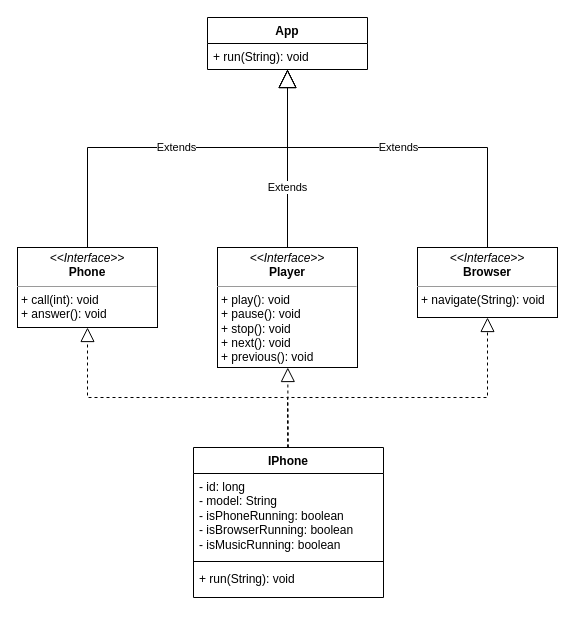
Above: uml/src/Diagrama sem cu.drawio in layinl/iphone-oop (draw.io), before the change. Source tidied: cells renumbered, new cells numbered last; positions are measured from the earlier drawing's top-left corner, leaving out a move shared by most shapes. Both pictures are drawn from the tidied source at 100%, with x=0, y=0 at pixel (17, 17).
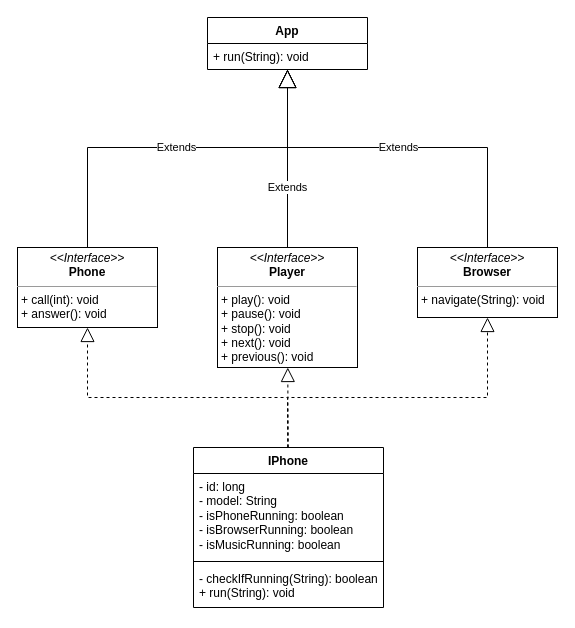
After the change.

The edit, as a diff of the source:
```diff
@@
     <mxCell id="2" value="IPhone&lt;br&gt;" style="swimlane;fontStyle=1;align=center;verticalAlign=top;horizontal=1;startSize=26;whiteSpace=wrap;html=1;" parent="1" vertex="1">
-      <mxGeometry x="176" y="430" width="190" height="150" as="geometry" />
+      <mxGeometry x="176" y="430" width="190" height="160" as="geometry" />
     </mxCell>
@@
-    <mxCell id="5" value="+ run(String): void&lt;br&gt;" style="text;strokeColor=none;fillColor=none;align=left;verticalAlign=top;spacingLeft=4;spacingRight=4;overflow=hidden;whiteSpace=wrap;html=1;" parent="2" vertex="1">
-      <mxGeometry y="118" width="190" height="32" as="geometry" />
+    <mxCell id="5" value="- checkIfRunning(String): boolean&lt;br&gt;+ run(String): void" style="text;strokeColor=none;fillColor=none;align=left;verticalAlign=top;spacingLeft=4;spacingRight=4;overflow=hidden;whiteSpace=wrap;html=1;" parent="2" vertex="1">
+      <mxGeometry y="118" width="190" height="42" as="geometry" />
     </mxCell>
```
